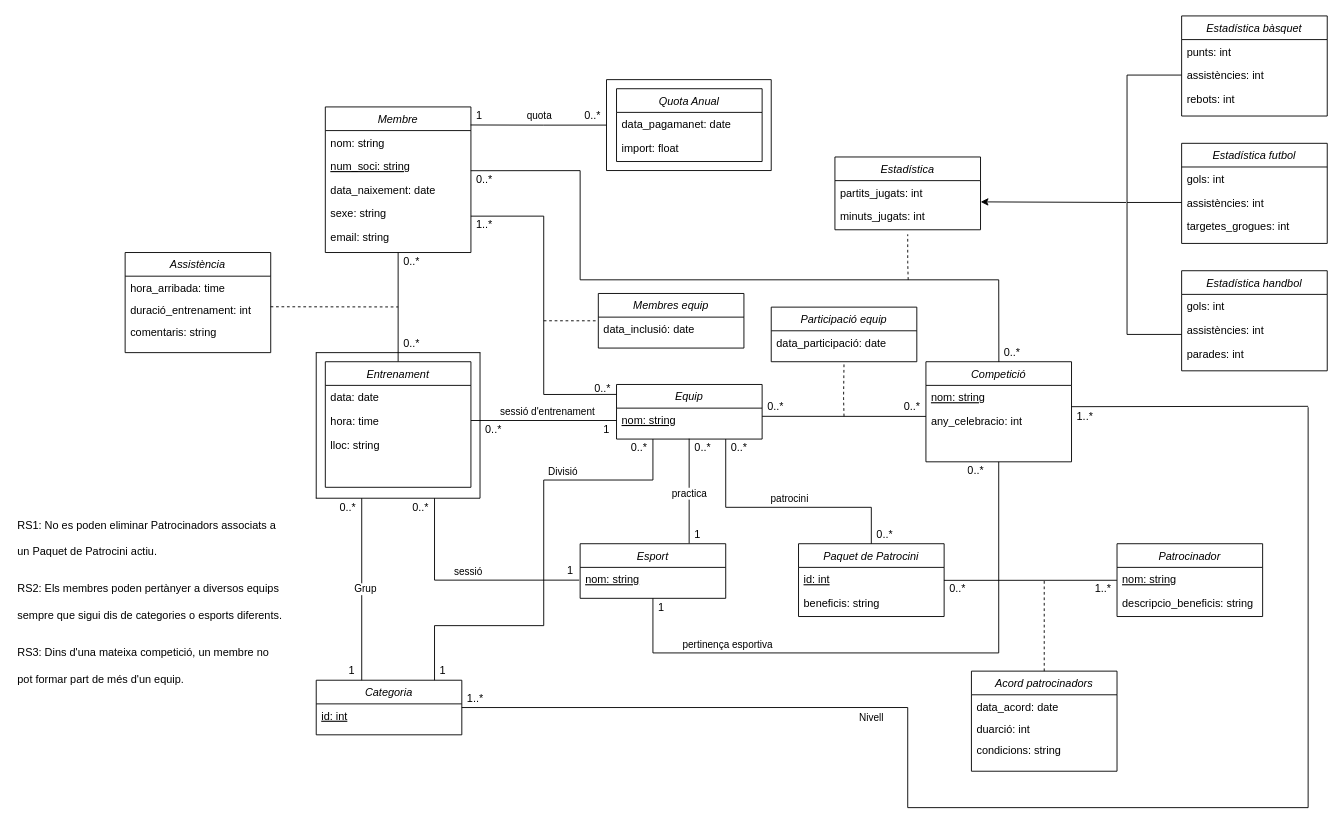
Before: Diagrames/diagramaUML.drawio in drpauu/Integral-management-of-Sports-Clubs, a draw.io diagram. Source tidied: cells renumbered, new cells numbered last; positions are measured from the earlier drawing's top-left corner, leaving out a move shared by most shapes. Both pictures are drawn from the tidied source at 91%, with x=0, y=0 at pixel (15, 15).
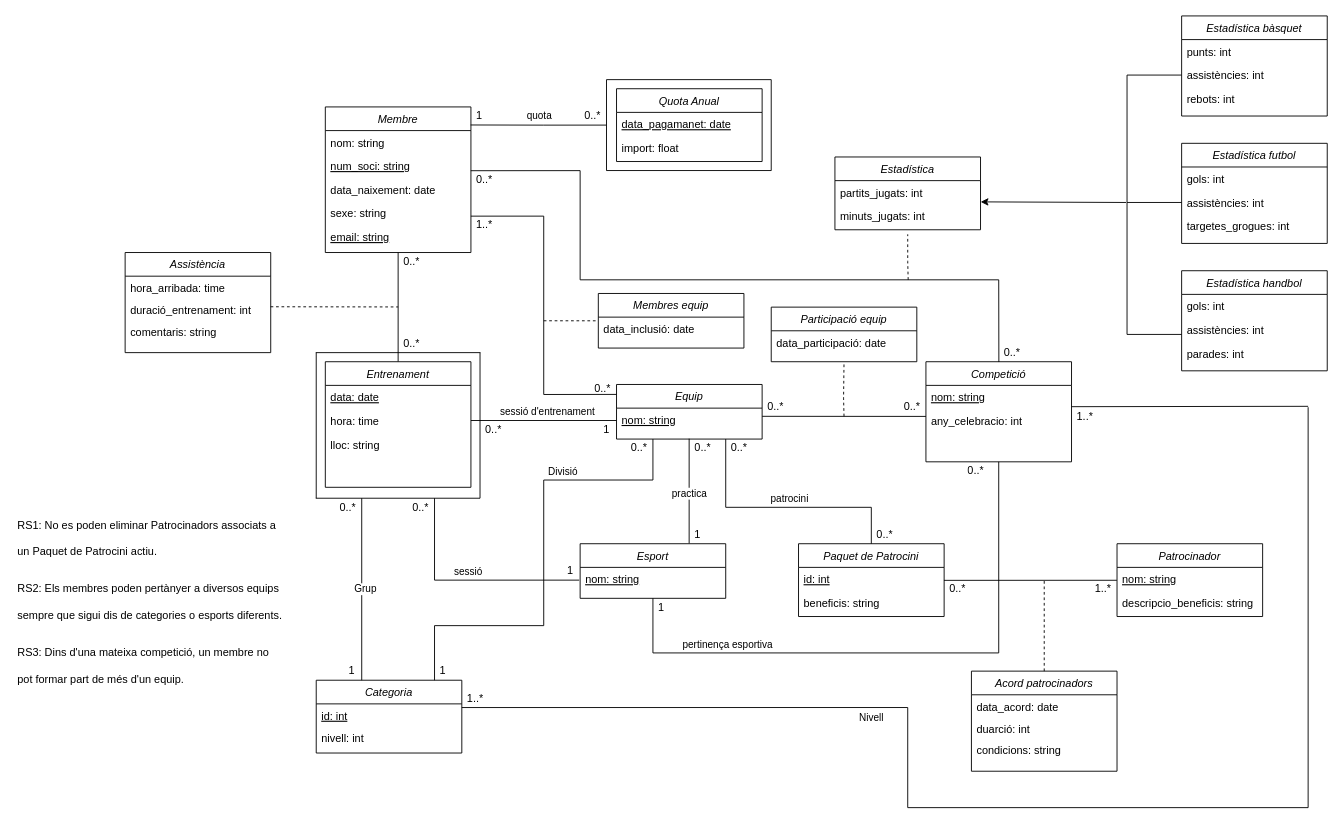
After the change.

The change refers to these unchanged cells:
```xml
<mxCell id="2" value="Membre" style="swimlane;fontStyle=2;align=center;verticalAlign=top;horizontal=1;startSize=26;rounded=0;shadow=0;strokeWidth=1;" parent="1" vertex="1">
  <mxGeometry x="340" y="100" width="160" height="160" as="geometry" />
</mxCell>
<mxCell id="61" value="Entrenament" style="swimlane;fontStyle=2;align=center;verticalAlign=top;horizontal=1;startSize=26;rounded=0;shadow=0;strokeWidth=1;" parent="1" vertex="1">
  <mxGeometry x="340" y="380" width="160" height="138" as="geometry" />
</mxCell>
<mxCell id="66" value="Quota Anual" style="swimlane;fontStyle=2;align=center;verticalAlign=top;horizontal=1;startSize=26;rounded=0;shadow=0;strokeWidth=1;" parent="1" vertex="1">
  <mxGeometry x="660" y="80" width="160" height="80" as="geometry" />
</mxCell>
```

What changed in the source:
```diff
@@
-    <mxCell id="7" value="email: string" style="text;align=left;verticalAlign=top;spacingLeft=4;spacingRight=4;overflow=hidden;" parent="2" vertex="1">
+    <mxCell id="7" value="email: string" style="text;align=left;verticalAlign=top;spacingLeft=4;spacingRight=4;overflow=hidden;fontStyle=4;" parent="2" vertex="1">
       <mxGeometry y="130" width="160" height="26" as="geometry" />
     </mxCell>
@@
-    <mxCell id="62" value="data: date" style="text;align=left;verticalAlign=top;spacingLeft=4;spacingRight=4;overflow=hidden;" parent="61" vertex="1">
+    <mxCell id="62" value="data: date" style="text;align=left;verticalAlign=top;spacingLeft=4;spacingRight=4;overflow=hidden;fontStyle=4;" parent="61" vertex="1">
       <mxGeometry y="26" width="160" height="26" as="geometry" />
     </mxCell>
@@
-    <mxCell id="67" value="data_pagamanet: date" style="text;align=left;verticalAlign=top;spacingLeft=4;spacingRight=4;overflow=hidden;" parent="66" vertex="1">
+    <mxCell id="67" value="data_pagamanet: date" style="text;align=left;verticalAlign=top;spacingLeft=4;spacingRight=4;overflow=hidden;fontStyle=4;" parent="66" vertex="1">
       <mxGeometry y="26" width="160" height="26" as="geometry" />
     </mxCell>
@@
     <mxCell id="108" value="Categoria" style="swimlane;fontStyle=2;align=center;verticalAlign=top;horizontal=1;startSize=26;rounded=0;shadow=0;strokeWidth=1;" parent="1" vertex="1">
-      <mxGeometry x="330" y="730" width="160" height="60" as="geometry" />
+      <mxGeometry x="330" y="730" width="160" height="80" as="geometry" />
     </mxCell>
@@
+    <mxCell id="137" value="nivell: int" style="text;align=left;verticalAlign=top;spacingLeft=4;spacingRight=4;overflow=hidden;fontStyle=0;" parent="108" vertex="1">
+      <mxGeometry y="50" width="160" height="20" as="geometry" />
+    </mxCell>
```
